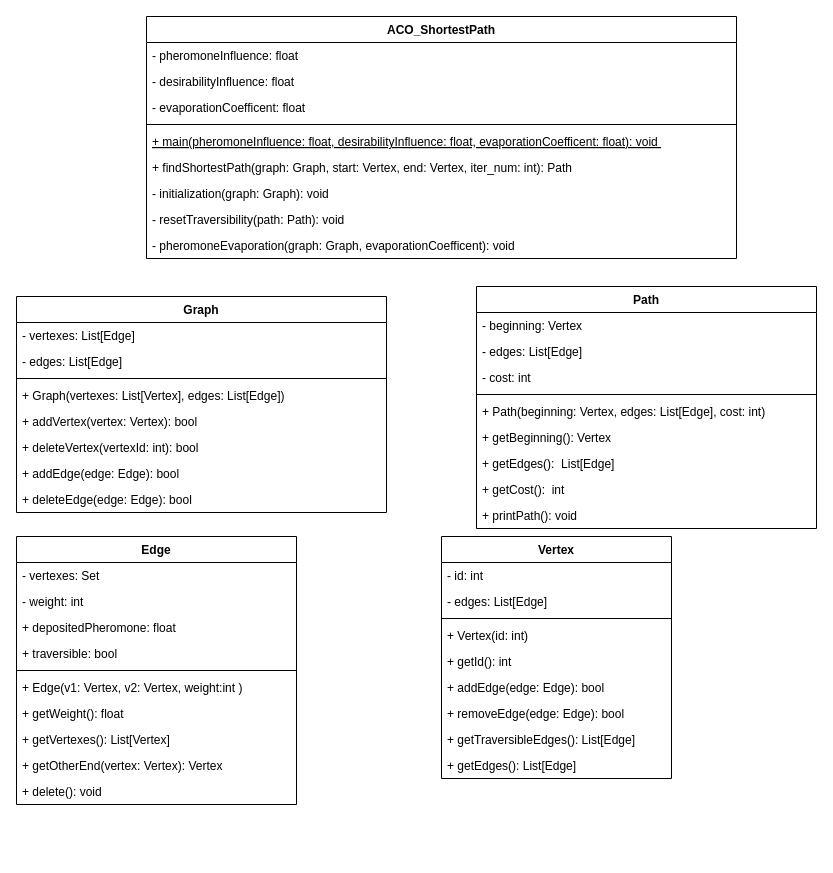
Above: Diagrams/ClassDiagram_ACO_ShortestPath.drawio in Michael-Czekanski/ACO_ShortestPath_Documentation (draw.io), before the change. Source tidied: cells renumbered, new cells numbered last; positions are measured from the earlier drawing's top-left corner, leaving out a move shared by most shapes. Both pictures are drawn from the tidied source at 100%, with x=0, y=0 at pixel (16, 16).
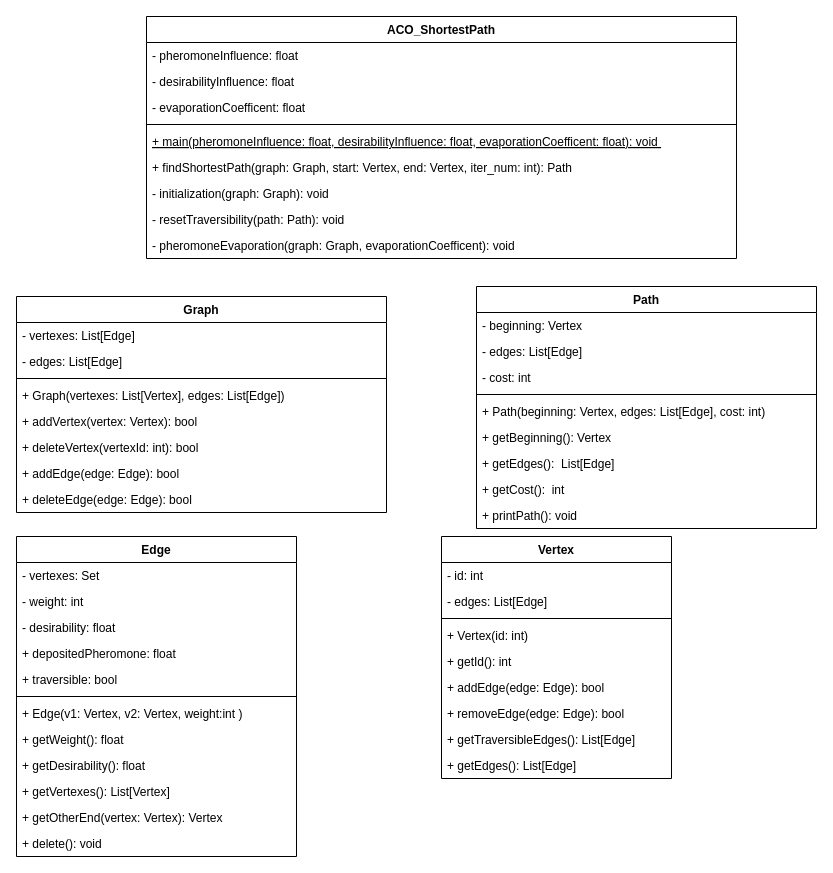
Above is the later version.

Commit message:
Add desirability field to Edge in class diagram

Change to the diagram source:
```diff
@@
     <mxCell id="21" value="Edge" style="swimlane;fontStyle=1;align=center;verticalAlign=top;horizontal=1;startSize=26;" parent="1" vertex="1">
-      <mxGeometry y="520" width="280" height="268" as="geometry" />
+      <mxGeometry y="520" width="280" height="320" as="geometry" />
     </mxCell>
@@
+    <mxCell id="52" value="- desirability: float" style="text;strokeColor=none;fillColor=none;align=left;verticalAlign=top;spacingLeft=4;spacingRight=4;overflow=hidden;" parent="21" vertex="1">
+      <mxGeometry y="78" width="280" height="26" as="geometry" />
+    </mxCell>
     <mxCell id="24" value="+ depositedPheromone: float" style="text;strokeColor=none;fillColor=none;align=left;verticalAlign=top;spacingLeft=4;spacingRight=4;overflow=hidden;" parent="21" vertex="1">
-      <mxGeometry y="78" width="280" height="26" as="geometry" />
+      <mxGeometry y="104" width="280" height="26" as="geometry" />
     </mxCell>
     <mxCell id="25" value="+ traversible: bool" style="text;strokeColor=none;fillColor=none;align=left;verticalAlign=top;spacingLeft=4;spacingRight=4;overflow=hidden;" parent="21" vertex="1">
-      <mxGeometry y="104" width="280" height="26" as="geometry" />
+      <mxGeometry y="130" width="280" height="26" as="geometry" />
     </mxCell>
     <mxCell id="26" style="line;strokeWidth=1;fillColor=none;align=left;verticalAlign=middle;spacingTop=-1;spacingLeft=3;spacingRight=3;labelPosition=right;" parent="21" vertex="1">
-      <mxGeometry y="130" width="280" height="8" as="geometry" />
+      <mxGeometry y="156" width="280" height="8" as="geometry" />
     </mxCell>
     <mxCell id="27" value="+ Edge(v1: Vertex, v2: Vertex, weight:int ) " style="text;strokeColor=none;fillColor=none;align=left;verticalAlign=top;spacingLeft=4;spacingRight=4;overflow=hidden;" parent="21" vertex="1">
-      <mxGeometry y="138" width="280" height="26" as="geometry" />
+      <mxGeometry y="164" width="280" height="26" as="geometry" />
     </mxCell>
     <mxCell id="28" value="+ getWeight(): float" style="text;strokeColor=none;fillColor=none;align=left;verticalAlign=top;spacingLeft=4;spacingRight=4;overflow=hidden;" parent="21" vertex="1">
-      <mxGeometry y="164" width="280" height="26" as="geometry" />
+      <mxGeometry y="190" width="280" height="26" as="geometry" />
     </mxCell>
+    <mxCell id="53" value="+ getDesirability(): float" style="text;strokeColor=none;fillColor=none;align=left;verticalAlign=top;spacingLeft=4;spacingRight=4;overflow=hidden;" parent="21" vertex="1">
+      <mxGeometry y="216" width="280" height="26" as="geometry" />
+    </mxCell>
     <mxCell id="29" value="+ getVertexes(): List[Vertex]" style="text;strokeColor=none;fillColor=none;align=left;verticalAlign=top;spacingLeft=4;spacingRight=4;overflow=hidden;" parent="21" vertex="1">
-      <mxGeometry y="190" width="280" height="26" as="geometry" />
+      <mxGeometry y="242" width="280" height="26" as="geometry" />
     </mxCell>
     <mxCell id="30" value="+ getOtherEnd(vertex: Vertex): Vertex" style="text;strokeColor=none;fillColor=none;align=left;verticalAlign=top;spacingLeft=4;spacingRight=4;overflow=hidden;" parent="21" vertex="1">
-      <mxGeometry y="216" width="280" height="26" as="geometry" />
+      <mxGeometry y="268" width="280" height="26" as="geometry" />
     </mxCell>
     <mxCell id="31" value="+ delete(): void" style="text;strokeColor=none;fillColor=none;align=left;verticalAlign=top;spacingLeft=4;spacingRight=4;overflow=hidden;" parent="21" vertex="1">
-      <mxGeometry y="242" width="280" height="26" as="geometry" />
+      <mxGeometry y="294" width="280" height="26" as="geometry" />
     </mxCell>
```
